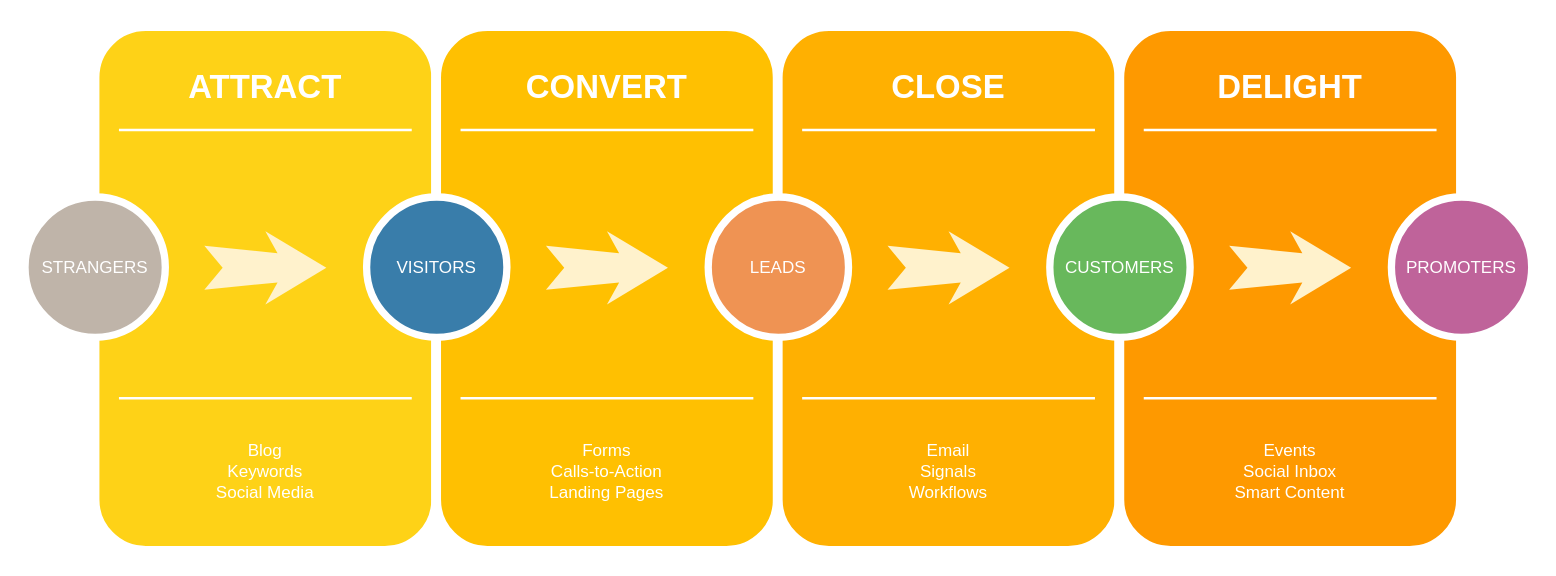
Before: Untitled Diagram.drawio in kaz35/blockchain_guide, a draw.io diagram. Source tidied: cells renumbered, new cells numbered last; positions are measured from the earlier drawing's top-left corner, leaving out a move shared by most shapes. Both pictures are drawn from the tidied source at 122%, with x=0, y=0 at pixel (24, 26).
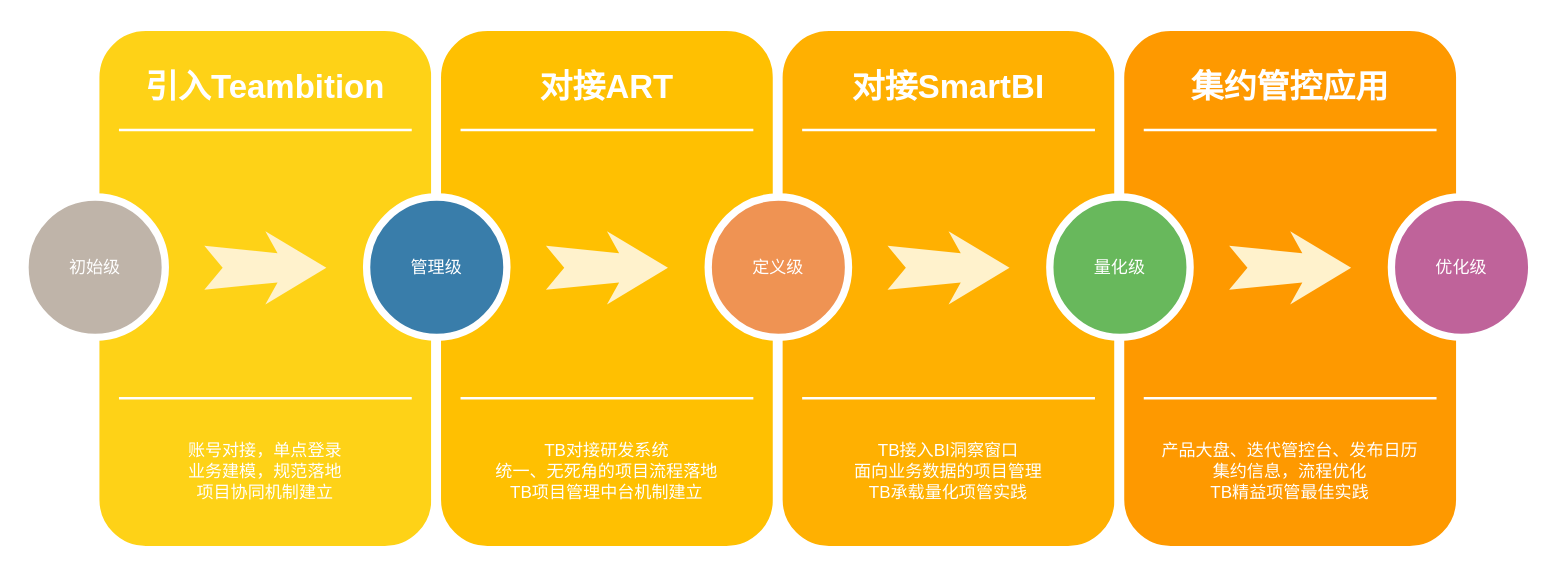
The same diagram, later.

Change to the diagram source:
```diff
@@
-    <mxCell id="3" value="ATTRACT" style="text;html=1;strokeColor=none;fillColor=none;align=center;verticalAlign=middle;whiteSpace=wrap;rounded=0;shadow=0;fontSize=27;fontColor=#FFFFFF;fontStyle=1;" parent="1" vertex="1">
+    <mxCell id="3" value="引入Teambition" style="text;html=1;strokeColor=none;fillColor=none;align=center;verticalAlign=middle;whiteSpace=wrap;rounded=0;shadow=0;fontSize=27;fontColor=#FFFFFF;fontStyle=1;" parent="1" vertex="1">
       <mxGeometry x="57" y="20" width="280" height="60" as="geometry" />
     </mxCell>
-    <mxCell id="4" value="Blog&lt;div&gt;Keywords&lt;/div&gt;&lt;div&gt;Social Media&lt;/div&gt;" style="text;html=1;strokeColor=none;fillColor=none;align=center;verticalAlign=middle;whiteSpace=wrap;rounded=0;shadow=0;fontSize=14;fontColor=#FFFFFF;" parent="1" vertex="1">
+    <mxCell id="4" value="&lt;div&gt;&lt;span&gt;账号对接，单点登录&lt;/span&gt;&lt;br&gt;&lt;/div&gt;&lt;div&gt;业务建模，规范落地&lt;span&gt;&lt;br&gt;&lt;/span&gt;&lt;/div&gt;&lt;div&gt;项目协同机制建立&lt;/div&gt;" style="text;html=1;strokeColor=none;fillColor=none;align=center;verticalAlign=middle;whiteSpace=wrap;rounded=0;shadow=0;fontSize=14;fontColor=#FFFFFF;" parent="1" vertex="1">
       <mxGeometry x="57" y="320" width="280" height="90" as="geometry" />
     </mxCell>
@@
-    <mxCell id="7" value="STRANGERS" style="ellipse;whiteSpace=wrap;html=1;rounded=0;shadow=0;strokeWidth=6;fontSize=14;align=center;fillColor=#BFB4A9;strokeColor=#FFFFFF;fontColor=#FFFFFF;" parent="1" vertex="1">
+    <mxCell id="7" value="初始级" style="ellipse;whiteSpace=wrap;html=1;rounded=0;shadow=0;strokeWidth=6;fontSize=14;align=center;fillColor=#BFB4A9;strokeColor=#FFFFFF;fontColor=#FFFFFF;" parent="1" vertex="1">
       <mxGeometry y="140" width="115" height="115" as="geometry" />
     </mxCell>
@@
-    <mxCell id="10" value="CONVERT" style="text;html=1;strokeColor=none;fillColor=none;align=center;verticalAlign=middle;whiteSpace=wrap;rounded=0;shadow=0;fontSize=27;fontColor=#FFFFFF;fontStyle=1;" parent="1" vertex="1">
+    <mxCell id="10" value="对接ART" style="text;html=1;strokeColor=none;fillColor=none;align=center;verticalAlign=middle;whiteSpace=wrap;rounded=0;shadow=0;fontSize=27;fontColor=#FFFFFF;fontStyle=1;" parent="1" vertex="1">
       <mxGeometry x="337" y="20" width="280" height="60" as="geometry" />
     </mxCell>
-    <mxCell id="11" value="Forms&lt;div&gt;Calls-to-Action&lt;/div&gt;&lt;div&gt;Landing Pages&lt;/div&gt;" style="text;html=1;strokeColor=none;fillColor=none;align=center;verticalAlign=middle;whiteSpace=wrap;rounded=0;shadow=0;fontSize=14;fontColor=#FFFFFF;" parent="1" vertex="1">
+    <mxCell id="11" value="TB对接研发系统&lt;div&gt;统一、无死角的项目流程落地&lt;/div&gt;&lt;div&gt;TB项目管理中台机制建立&lt;/div&gt;" style="text;html=1;strokeColor=none;fillColor=none;align=center;verticalAlign=middle;whiteSpace=wrap;rounded=0;shadow=0;fontSize=14;fontColor=#FFFFFF;" parent="1" vertex="1">
       <mxGeometry x="337" y="320" width="280" height="90" as="geometry" />
     </mxCell>
@@
-    <mxCell id="14" value="VISITORS" style="ellipse;whiteSpace=wrap;html=1;rounded=0;shadow=0;strokeWidth=6;fontSize=14;align=center;fillColor=#397DAA;strokeColor=#FFFFFF;fontColor=#FFFFFF;" parent="1" vertex="1">
+    <mxCell id="14" value="管理级" style="ellipse;whiteSpace=wrap;html=1;rounded=0;shadow=0;strokeWidth=6;fontSize=14;align=center;fillColor=#397DAA;strokeColor=#FFFFFF;fontColor=#FFFFFF;" parent="1" vertex="1">
       <mxGeometry x="280" y="140" width="115" height="115" as="geometry" />
     </mxCell>
@@
-    <mxCell id="17" value="CLOSE" style="text;html=1;strokeColor=none;fillColor=none;align=center;verticalAlign=middle;whiteSpace=wrap;rounded=0;shadow=0;fontSize=27;fontColor=#FFFFFF;fontStyle=1;" parent="1" vertex="1">
+    <mxCell id="17" value="对接SmartBI" style="text;html=1;strokeColor=none;fillColor=none;align=center;verticalAlign=middle;whiteSpace=wrap;rounded=0;shadow=0;fontSize=27;fontColor=#FFFFFF;fontStyle=1;" parent="1" vertex="1">
       <mxGeometry x="617" y="20" width="280" height="60" as="geometry" />
     </mxCell>
-    <mxCell id="18" value="Email&lt;div&gt;Signals&lt;/div&gt;&lt;div&gt;Workflows&lt;/div&gt;" style="text;html=1;strokeColor=none;fillColor=none;align=center;verticalAlign=middle;whiteSpace=wrap;rounded=0;shadow=0;fontSize=14;fontColor=#FFFFFF;" parent="1" vertex="1">
+    <mxCell id="18" value="TB接入BI洞察窗口&lt;div&gt;面向业务数据的项目管理&lt;/div&gt;&lt;div&gt;TB承载量化项管实践&lt;/div&gt;" style="text;html=1;strokeColor=none;fillColor=none;align=center;verticalAlign=middle;whiteSpace=wrap;rounded=0;shadow=0;fontSize=14;fontColor=#FFFFFF;" parent="1" vertex="1">
       <mxGeometry x="617" y="320" width="280" height="90" as="geometry" />
     </mxCell>
@@
-    <mxCell id="21" value="LEADS" style="ellipse;whiteSpace=wrap;html=1;rounded=0;shadow=0;strokeWidth=6;fontSize=14;align=center;fillColor=#EF9353;strokeColor=#FFFFFF;fontColor=#FFFFFF;" parent="1" vertex="1">
+    <mxCell id="21" value="定义级" style="ellipse;whiteSpace=wrap;html=1;rounded=0;shadow=0;strokeWidth=6;fontSize=14;align=center;fillColor=#EF9353;strokeColor=#FFFFFF;fontColor=#FFFFFF;" parent="1" vertex="1">
       <mxGeometry x="560" y="140" width="115" height="115" as="geometry" />
     </mxCell>
@@
-    <mxCell id="24" value="DELIGHT" style="text;html=1;strokeColor=none;fillColor=none;align=center;verticalAlign=middle;whiteSpace=wrap;rounded=0;shadow=0;fontSize=27;fontColor=#FFFFFF;fontStyle=1;" parent="1" vertex="1">
+    <mxCell id="24" value="集约管控应用" style="text;html=1;strokeColor=none;fillColor=none;align=center;verticalAlign=middle;whiteSpace=wrap;rounded=0;shadow=0;fontSize=27;fontColor=#FFFFFF;fontStyle=1;" parent="1" vertex="1">
       <mxGeometry x="897" y="20" width="280" height="60" as="geometry" />
     </mxCell>
-    <mxCell id="25" value="Events&lt;div&gt;Social Inbox&lt;/div&gt;&lt;div&gt;Smart Content&lt;/div&gt;" style="text;html=1;strokeColor=none;fillColor=none;align=center;verticalAlign=middle;whiteSpace=wrap;rounded=0;shadow=0;fontSize=14;fontColor=#FFFFFF;" parent="1" vertex="1">
+    <mxCell id="25" value="&lt;div&gt;产品大盘、迭代管控台、发布日历&lt;/div&gt;&lt;div&gt;集约信息，流程优化&lt;/div&gt;&lt;div&gt;TB精益项管最佳实践&lt;/div&gt;" style="text;html=1;strokeColor=none;fillColor=none;align=center;verticalAlign=middle;whiteSpace=wrap;rounded=0;shadow=0;fontSize=14;fontColor=#FFFFFF;" parent="1" vertex="1">
       <mxGeometry x="897" y="320" width="280" height="90" as="geometry" />
     </mxCell>
@@
-    <mxCell id="28" value="CUSTOMERS" style="ellipse;whiteSpace=wrap;html=1;rounded=0;shadow=0;strokeWidth=6;fontSize=14;align=center;fillColor=#68B85C;strokeColor=#FFFFFF;fontColor=#FFFFFF;" parent="1" vertex="1">
+    <mxCell id="28" value="量化级" style="ellipse;whiteSpace=wrap;html=1;rounded=0;shadow=0;strokeWidth=6;fontSize=14;align=center;fillColor=#68B85C;strokeColor=#FFFFFF;fontColor=#FFFFFF;" parent="1" vertex="1">
       <mxGeometry x="840" y="140" width="115" height="115" as="geometry" />
     </mxCell>
@@
-    <mxCell id="30" value="PROMOTERS" style="ellipse;whiteSpace=wrap;html=1;rounded=0;shadow=0;strokeWidth=6;fontSize=14;align=center;fillColor=#BF639A;strokeColor=#FFFFFF;fontColor=#FFFFFF;" parent="1" vertex="1">
+    <mxCell id="30" value="优化级" style="ellipse;whiteSpace=wrap;html=1;rounded=0;shadow=0;strokeWidth=6;fontSize=14;align=center;fillColor=#BF639A;strokeColor=#FFFFFF;fontColor=#FFFFFF;" parent="1" vertex="1">
       <mxGeometry x="1120" y="140" width="115" height="115" as="geometry" />
     </mxCell>
```
